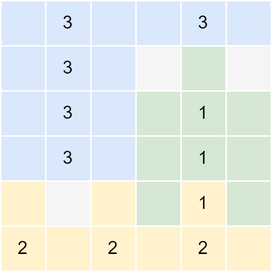
The draw.io diagram img/62c303-L3-0.drawio.png in axiomofchoice-hjt/Axiomofchoice-hjt.github.io, before a commit. Source tidied: cells renumbered, new cells last; positions are measured from the earlier drawing's top-left corner, leaving out a move shared by most shapes.
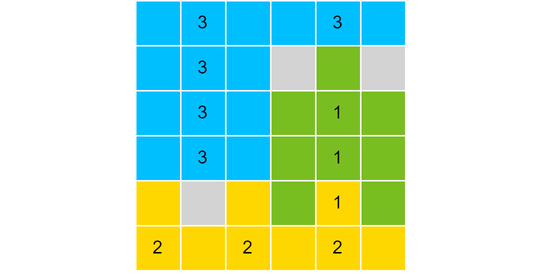
After the change.

Change to the diagram source:
```diff
@@ -2,112 +2,118 @@
   <root>
     <mxCell id="0" />
     <mxCell id="1" parent="0" />
+    <mxCell id="38" style="endArrow=none;dashed=1;html=1;strokeColor=#FFFFFF;fontColor=#000000;" parent="1" edge="1">
+      <mxGeometry relative="1" as="geometry">
+        <mxPoint x="-90" as="sourcePoint" />
+        <mxPoint x="270" as="targetPoint" />
+      </mxGeometry>
+    </mxCell>
-    <mxCell id="2" style="rounded=0;whiteSpace=wrap;html=1;fillColor=#dae8fc;strokeColor=#FFFFFF;" parent="1" vertex="1">
+    <mxCell id="2" style="rounded=0;whiteSpace=wrap;html=1;fillColor=#00bfff;strokeColor=#FFFFFF;fontColor=#000000;" parent="1" vertex="1">
       <mxGeometry width="30" height="30" as="geometry" />
     </mxCell>
-    <mxCell id="3" value="3" style="rounded=0;whiteSpace=wrap;html=1;fillColor=#dae8fc;strokeColor=#FFFFFF;" parent="1" vertex="1">
+    <mxCell id="3" value="3" style="rounded=0;whiteSpace=wrap;html=1;fillColor=#00bfff;strokeColor=#FFFFFF;fontColor=#000000;" parent="1" vertex="1">
       <mxGeometry x="30" width="30" height="30" as="geometry" />
     </mxCell>
-    <mxCell id="4" style="rounded=0;whiteSpace=wrap;html=1;fillColor=#dae8fc;strokeColor=#FFFFFF;" parent="1" vertex="1">
+    <mxCell id="4" style="rounded=0;whiteSpace=wrap;html=1;fillColor=#00bfff;strokeColor=#FFFFFF;fontColor=#000000;" parent="1" vertex="1">
       <mxGeometry x="60" width="30" height="30" as="geometry" />
     </mxCell>
-    <mxCell id="5" style="rounded=0;whiteSpace=wrap;html=1;fillColor=#dae8fc;strokeColor=#FFFFFF;" parent="1" vertex="1">
+    <mxCell id="5" style="rounded=0;whiteSpace=wrap;html=1;fillColor=#00bfff;strokeColor=#FFFFFF;fontColor=#000000;" parent="1" vertex="1">
       <mxGeometry x="90" width="30" height="30" as="geometry" />
     </mxCell>
-    <mxCell id="6" value="3" style="rounded=0;whiteSpace=wrap;html=1;fillColor=#dae8fc;strokeColor=#FFFFFF;" parent="1" vertex="1">
+    <mxCell id="6" value="3" style="rounded=0;whiteSpace=wrap;html=1;fillColor=#00bfff;strokeColor=#FFFFFF;fontColor=#000000;" parent="1" vertex="1">
       <mxGeometry x="120" width="30" height="30" as="geometry" />
     </mxCell>
-    <mxCell id="7" style="rounded=0;whiteSpace=wrap;html=1;fillColor=#dae8fc;strokeColor=#FFFFFF;" parent="1" vertex="1">
+    <mxCell id="7" style="rounded=0;whiteSpace=wrap;html=1;fillColor=#00bfff;strokeColor=#FFFFFF;fontColor=#000000;" parent="1" vertex="1">
       <mxGeometry y="30" width="30" height="30" as="geometry" />
     </mxCell>
-    <mxCell id="8" value="3" style="rounded=0;whiteSpace=wrap;html=1;fillColor=#dae8fc;strokeColor=#FFFFFF;" parent="1" vertex="1">
+    <mxCell id="8" value="3" style="rounded=0;whiteSpace=wrap;html=1;fillColor=#00bfff;strokeColor=#FFFFFF;fontColor=#000000;" parent="1" vertex="1">
       <mxGeometry x="30" y="30" width="30" height="30" as="geometry" />
     </mxCell>
-    <mxCell id="9" style="rounded=0;whiteSpace=wrap;html=1;fillColor=#dae8fc;strokeColor=#FFFFFF;" parent="1" vertex="1">
+    <mxCell id="9" style="rounded=0;whiteSpace=wrap;html=1;fillColor=#00bfff;strokeColor=#FFFFFF;fontColor=#000000;" parent="1" vertex="1">
       <mxGeometry x="60" y="30" width="30" height="30" as="geometry" />
     </mxCell>
-    <mxCell id="10" style="rounded=0;whiteSpace=wrap;html=1;fillColor=#f5f5f5;strokeColor=#FFFFFF;" parent="1" vertex="1">
+    <mxCell id="10" style="rounded=0;whiteSpace=wrap;html=1;fillColor=#d3d3d3;strokeColor=#FFFFFF;fontColor=#000000;" parent="1" vertex="1">
       <mxGeometry x="90" y="30" width="30" height="30" as="geometry" />
     </mxCell>
-    <mxCell id="11" style="rounded=0;whiteSpace=wrap;html=1;fillColor=#d5e8d4;strokeColor=#FFFFFF;" parent="1" vertex="1">
+    <mxCell id="11" style="rounded=0;whiteSpace=wrap;html=1;fillColor=#78be21;strokeColor=#FFFFFF;fontColor=#000000;" parent="1" vertex="1">
       <mxGeometry x="120" y="30" width="30" height="30" as="geometry" />
     </mxCell>
-    <mxCell id="12" style="rounded=0;whiteSpace=wrap;html=1;fillColor=#dae8fc;strokeColor=#FFFFFF;" parent="1" vertex="1">
+    <mxCell id="12" style="rounded=0;whiteSpace=wrap;html=1;fillColor=#00bfff;strokeColor=#FFFFFF;fontColor=#000000;" parent="1" vertex="1">
       <mxGeometry y="60" width="30" height="30" as="geometry" />
     </mxCell>
-    <mxCell id="13" value="3" style="rounded=0;whiteSpace=wrap;html=1;fillColor=#dae8fc;strokeColor=#FFFFFF;" parent="1" vertex="1">
+    <mxCell id="13" value="3" style="rounded=0;whiteSpace=wrap;html=1;fillColor=#00bfff;strokeColor=#FFFFFF;fontColor=#000000;" parent="1" vertex="1">
       <mxGeometry x="30" y="60" width="30" height="30" as="geometry" />
     </mxCell>
-    <mxCell id="14" style="rounded=0;whiteSpace=wrap;html=1;fillColor=#dae8fc;strokeColor=#FFFFFF;" parent="1" vertex="1">
+    <mxCell id="14" style="rounded=0;whiteSpace=wrap;html=1;fillColor=#00bfff;strokeColor=#FFFFFF;fontColor=#000000;" parent="1" vertex="1">
       <mxGeometry x="60" y="60" width="30" height="30" as="geometry" />
     </mxCell>
-    <mxCell id="15" style="rounded=0;whiteSpace=wrap;html=1;fillColor=#d5e8d4;strokeColor=#FFFFFF;" parent="1" vertex="1">
+    <mxCell id="15" style="rounded=0;whiteSpace=wrap;html=1;fillColor=#78be21;strokeColor=#FFFFFF;fontColor=#000000;" parent="1" vertex="1">
       <mxGeometry x="90" y="60" width="30" height="30" as="geometry" />
     </mxCell>
-    <mxCell id="16" value="1" style="rounded=0;whiteSpace=wrap;html=1;fillColor=#d5e8d4;strokeColor=#FFFFFF;" parent="1" vertex="1">
+    <mxCell id="16" value="1" style="rounded=0;whiteSpace=wrap;html=1;fillColor=#78be21;strokeColor=#FFFFFF;fontColor=#000000;" parent="1" vertex="1">
       <mxGeometry x="120" y="60" width="30" height="30" as="geometry" />
     </mxCell>
-    <mxCell id="17" style="rounded=0;whiteSpace=wrap;html=1;fillColor=#dae8fc;strokeColor=#FFFFFF;" parent="1" vertex="1">
+    <mxCell id="17" style="rounded=0;whiteSpace=wrap;html=1;fillColor=#00bfff;strokeColor=#FFFFFF;fontColor=#000000;" parent="1" vertex="1">
       <mxGeometry y="90" width="30" height="30" as="geometry" />
     </mxCell>
-    <mxCell id="18" value="3" style="rounded=0;whiteSpace=wrap;html=1;fillColor=#dae8fc;strokeColor=#FFFFFF;" parent="1" vertex="1">
+    <mxCell id="18" value="3" style="rounded=0;whiteSpace=wrap;html=1;fillColor=#00bfff;strokeColor=#FFFFFF;fontColor=#000000;" parent="1" vertex="1">
       <mxGeometry x="30" y="90" width="30" height="30" as="geometry" />
     </mxCell>
-    <mxCell id="19" style="rounded=0;whiteSpace=wrap;html=1;fillColor=#dae8fc;strokeColor=#FFFFFF;" parent="1" vertex="1">
+    <mxCell id="19" style="rounded=0;whiteSpace=wrap;html=1;fillColor=#00bfff;strokeColor=#FFFFFF;fontColor=#000000;" parent="1" vertex="1">
       <mxGeometry x="60" y="90" width="30" height="30" as="geometry" />
     </mxCell>
-    <mxCell id="20" style="rounded=0;whiteSpace=wrap;html=1;fillColor=#d5e8d4;strokeColor=#FFFFFF;" parent="1" vertex="1">
+    <mxCell id="20" style="rounded=0;whiteSpace=wrap;html=1;fillColor=#78be21;strokeColor=#FFFFFF;fontColor=#000000;" parent="1" vertex="1">
       <mxGeometry x="90" y="90" width="30" height="30" as="geometry" />
     </mxCell>
-    <mxCell id="21" value="1" style="rounded=0;whiteSpace=wrap;html=1;fillColor=#d5e8d4;strokeColor=#FFFFFF;" parent="1" vertex="1">
+    <mxCell id="21" value="1" style="rounded=0;whiteSpace=wrap;html=1;fillColor=#78be21;strokeColor=#FFFFFF;fontColor=#000000;" parent="1" vertex="1">
       <mxGeometry x="120" y="90" width="30" height="30" as="geometry" />
     </mxCell>
-    <mxCell id="22" style="rounded=0;whiteSpace=wrap;html=1;fillColor=#fff2cc;strokeColor=#FFFFFF;" parent="1" vertex="1">
+    <mxCell id="22" style="rounded=0;whiteSpace=wrap;html=1;fillColor=#ffd700;strokeColor=#FFFFFF;fontColor=#000000;" parent="1" vertex="1">
       <mxGeometry y="120" width="30" height="30" as="geometry" />
     </mxCell>
-    <mxCell id="23" style="rounded=0;whiteSpace=wrap;html=1;fillColor=#f5f5f5;fontColor=#333333;strokeColor=#FFFFFF;" parent="1" vertex="1">
+    <mxCell id="23" style="rounded=0;whiteSpace=wrap;html=1;fillColor=#d3d3d3;fontColor=#000000;strokeColor=#FFFFFF;" parent="1" vertex="1">
       <mxGeometry x="30" y="120" width="30" height="30" as="geometry" />
     </mxCell>
-    <mxCell id="24" style="rounded=0;whiteSpace=wrap;html=1;fillColor=#fff2cc;fontColor=#333333;strokeColor=#FFFFFF;" parent="1" vertex="1">
+    <mxCell id="24" style="rounded=0;whiteSpace=wrap;html=1;fillColor=#ffd700;fontColor=#000000;strokeColor=#FFFFFF;" parent="1" vertex="1">
       <mxGeometry x="60" y="120" width="30" height="30" as="geometry" />
     </mxCell>
-    <mxCell id="25" style="rounded=0;whiteSpace=wrap;html=1;fillColor=#d5e8d4;strokeColor=#FFFFFF;" parent="1" vertex="1">
+    <mxCell id="25" style="rounded=0;whiteSpace=wrap;html=1;fillColor=#78be21;strokeColor=#FFFFFF;fontColor=#000000;" parent="1" vertex="1">
       <mxGeometry x="90" y="120" width="30" height="30" as="geometry" />
     </mxCell>
-    <mxCell id="26" value="1" style="rounded=0;whiteSpace=wrap;html=1;fillColor=#fff2cc;strokeColor=#FFFFFF;" parent="1" vertex="1">
+    <mxCell id="26" value="1" style="rounded=0;whiteSpace=wrap;html=1;fillColor=#ffd700;strokeColor=#FFFFFF;fontColor=#000000;" parent="1" vertex="1">
       <mxGeometry x="120" y="120" width="30" height="30" as="geometry" />
     </mxCell>
-    <mxCell id="27" value="2" style="rounded=0;whiteSpace=wrap;html=1;fillColor=#fff2cc;strokeColor=#FFFFFF;" parent="1" vertex="1">
+    <mxCell id="27" value="2" style="rounded=0;whiteSpace=wrap;html=1;fillColor=#ffd700;strokeColor=#FFFFFF;fontColor=#000000;" parent="1" vertex="1">
       <mxGeometry y="150" width="30" height="30" as="geometry" />
     </mxCell>
-    <mxCell id="28" style="rounded=0;whiteSpace=wrap;html=1;fillColor=#fff2cc;strokeColor=#FFFFFF;" parent="1" vertex="1">
+    <mxCell id="28" style="rounded=0;whiteSpace=wrap;html=1;fillColor=#ffd700;strokeColor=#FFFFFF;fontColor=#000000;" parent="1" vertex="1">
       <mxGeometry x="30" y="150" width="30" height="30" as="geometry" />
     </mxCell>
-    <mxCell id="29" value="2" style="rounded=0;whiteSpace=wrap;html=1;fillColor=#fff2cc;strokeColor=#FFFFFF;" parent="1" vertex="1">
+    <mxCell id="29" value="2" style="rounded=0;whiteSpace=wrap;html=1;fillColor=#ffd700;strokeColor=#FFFFFF;fontColor=#000000;" parent="1" vertex="1">
       <mxGeometry x="60" y="150" width="30" height="30" as="geometry" />
     </mxCell>
-    <mxCell id="30" style="rounded=0;whiteSpace=wrap;html=1;fillColor=#fff2cc;strokeColor=#FFFFFF;" parent="1" vertex="1">
+    <mxCell id="30" style="rounded=0;whiteSpace=wrap;html=1;fillColor=#ffd700;strokeColor=#FFFFFF;fontColor=#000000;" parent="1" vertex="1">
       <mxGeometry x="90" y="150" width="30" height="30" as="geometry" />
     </mxCell>
-    <mxCell id="31" value="2" style="rounded=0;whiteSpace=wrap;html=1;fillColor=#fff2cc;strokeColor=#FFFFFF;" parent="1" vertex="1">
+    <mxCell id="31" value="2" style="rounded=0;whiteSpace=wrap;html=1;fillColor=#ffd700;strokeColor=#FFFFFF;fontColor=#000000;" parent="1" vertex="1">
       <mxGeometry x="120" y="150" width="30" height="30" as="geometry" />
     </mxCell>
-    <mxCell id="32" style="rounded=0;whiteSpace=wrap;html=1;fillColor=#dae8fc;strokeColor=#FFFFFF;" parent="1" vertex="1">
+    <mxCell id="32" style="rounded=0;whiteSpace=wrap;html=1;fillColor=#00bfff;strokeColor=#FFFFFF;fontColor=#000000;" parent="1" vertex="1">
       <mxGeometry x="150" width="30" height="30" as="geometry" />
     </mxCell>
-    <mxCell id="33" style="rounded=0;whiteSpace=wrap;html=1;fillColor=#f5f5f5;strokeColor=#FFFFFF;" parent="1" vertex="1">
+    <mxCell id="33" style="rounded=0;whiteSpace=wrap;html=1;fillColor=#d3d3d3;strokeColor=#FFFFFF;fontColor=#000000;" parent="1" vertex="1">
       <mxGeometry x="150" y="30" width="30" height="30" as="geometry" />
     </mxCell>
-    <mxCell id="34" style="rounded=0;whiteSpace=wrap;html=1;fillColor=#d5e8d4;strokeColor=#FFFFFF;" parent="1" vertex="1">
+    <mxCell id="34" style="rounded=0;whiteSpace=wrap;html=1;fillColor=#78be21;strokeColor=#FFFFFF;fontColor=#000000;" parent="1" vertex="1">
       <mxGeometry x="150" y="60" width="30" height="30" as="geometry" />
     </mxCell>
-    <mxCell id="35" style="rounded=0;whiteSpace=wrap;html=1;fillColor=#d5e8d4;strokeColor=#FFFFFF;" parent="1" vertex="1">
+    <mxCell id="35" style="rounded=0;whiteSpace=wrap;html=1;fillColor=#78be21;strokeColor=#FFFFFF;fontColor=#000000;" parent="1" vertex="1">
       <mxGeometry x="150" y="90" width="30" height="30" as="geometry" />
     </mxCell>
-    <mxCell id="36" style="rounded=0;whiteSpace=wrap;html=1;fillColor=#d5e8d4;strokeColor=#FFFFFF;" parent="1" vertex="1">
+    <mxCell id="36" style="rounded=0;whiteSpace=wrap;html=1;fillColor=#78be21;strokeColor=#FFFFFF;fontColor=#000000;" parent="1" vertex="1">
       <mxGeometry x="150" y="120" width="30" height="30" as="geometry" />
     </mxCell>
-    <mxCell id="37" style="rounded=0;whiteSpace=wrap;html=1;fillColor=#fff2cc;strokeColor=#FFFFFF;" parent="1" vertex="1">
+    <mxCell id="37" style="rounded=0;whiteSpace=wrap;html=1;fillColor=#ffd700;strokeColor=#FFFFFF;fontColor=#000000;" parent="1" vertex="1">
       <mxGeometry x="150" y="150" width="30" height="30" as="geometry" />
     </mxCell>
   </root>
```
